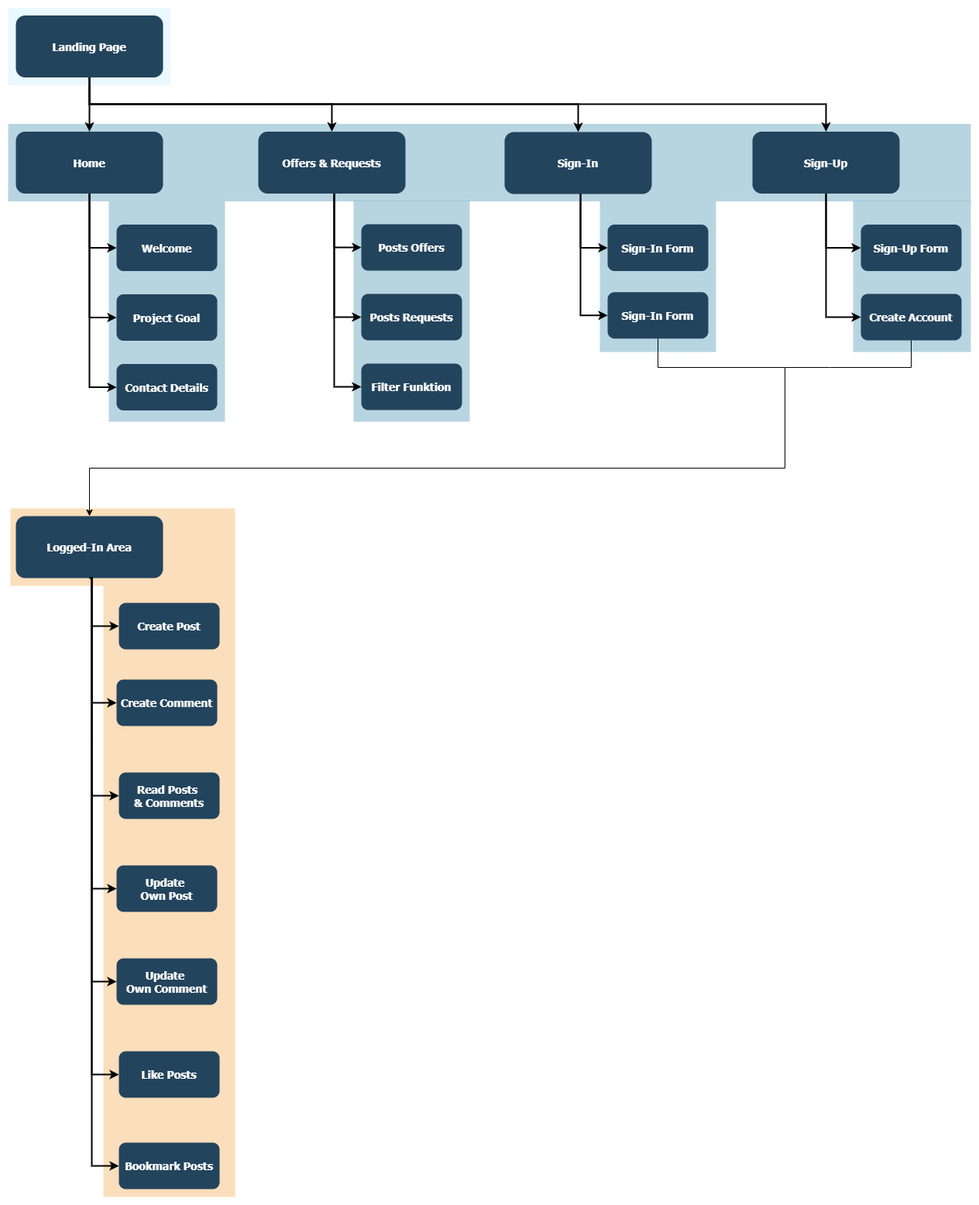
The draw.io diagram documentation/layout.png in g-omarsdottir/helping-hands-happy-hearts, before a commit. Source tidied: cells renumbered, new cells last; positions are measured from the earlier drawing's top-left corner, leaving out a move shared by most shapes.
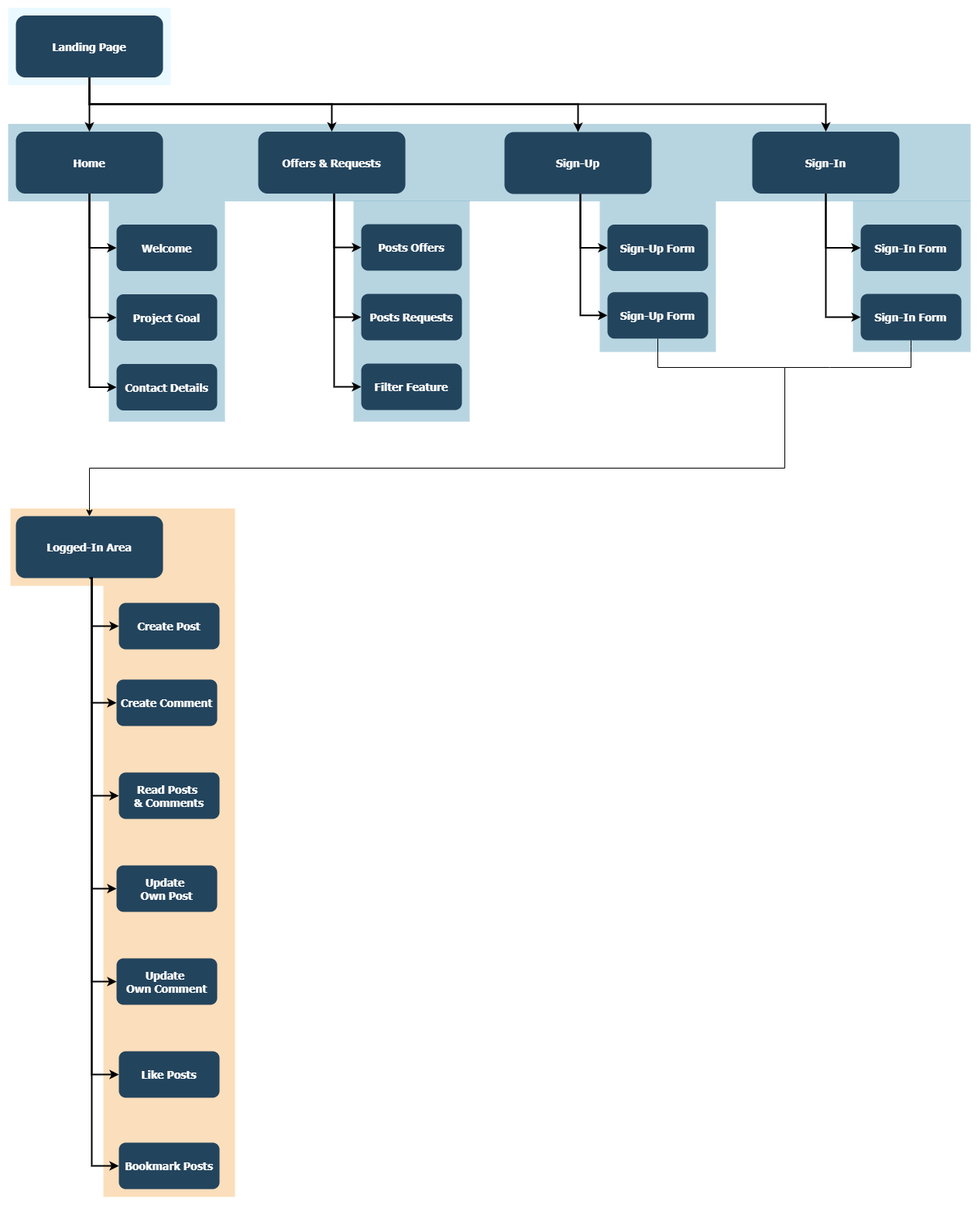
After the change.

Commit message:
Update ERD, layout flowchart and wireframes

The edit, as a diff of the source:
```diff
@@ -20,7 +20,7 @@
     <mxCell id="7" value="Landing Page" style="rounded=1;fillColor=#23445D;gradientColor=none;strokeColor=none;fontColor=#FFFFFF;fontStyle=1;fontFamily=Tahoma;fontSize=14;" parent="1" vertex="1">
       <mxGeometry x="10" y="9.5" width="190" height="80" as="geometry" />
     </mxCell>
-    <mxCell id="8" value="Sign-In" style="rounded=1;fillColor=#23445D;gradientColor=none;strokeColor=none;fontColor=#FFFFFF;fontStyle=1;fontFamily=Tahoma;fontSize=14;" parent="1" vertex="1">
+    <mxCell id="8" value="Sign-Up" style="rounded=1;fillColor=#23445D;gradientColor=none;strokeColor=none;fontColor=#FFFFFF;fontStyle=1;fontFamily=Tahoma;fontSize=14;" parent="1" vertex="1">
       <mxGeometry x="641" y="160" width="190" height="80" as="geometry" />
     </mxCell>
     <mxCell id="9" style="edgeStyle=elbowEdgeStyle;elbow=vertical;strokeWidth=2;rounded=0;" parent="1" edge="1" source="7" target="8">
@@ -77,7 +77,7 @@
     <mxCell id="22" value="Posts Requests" style="rounded=1;fillColor=#23445D;gradientColor=none;strokeColor=none;fontColor=#FFFFFF;fontStyle=1;fontFamily=Tahoma;fontSize=14;" parent="1" vertex="1">
       <mxGeometry x="456" y="369" width="130" height="60" as="geometry" />
     </mxCell>
-    <mxCell id="23" value="Filter Funktion" style="rounded=1;fillColor=#23445D;gradientColor=none;strokeColor=none;fontColor=#FFFFFF;fontStyle=1;fontFamily=Tahoma;fontSize=14;" parent="1" vertex="1">
+    <mxCell id="23" value="Filter Feature" style="rounded=1;fillColor=#23445D;gradientColor=none;strokeColor=none;fontColor=#FFFFFF;fontStyle=1;fontFamily=Tahoma;fontSize=14;" parent="1" vertex="1">
       <mxGeometry x="456" y="459" width="130" height="60" as="geometry" />
     </mxCell>
     <mxCell id="24" style="edgeStyle=elbowEdgeStyle;elbow=horizontal;strokeWidth=2;rounded=0;" parent="1" edge="1" target="21">
@@ -107,7 +107,7 @@
     <mxCell id="27" style="fillColor=#10739E;strokeColor=none;opacity=30;" parent="1" vertex="1">
       <mxGeometry x="764" y="249.5" width="150" height="194.5" as="geometry" />
     </mxCell>
-    <mxCell id="28" value="Sign-In Form" style="rounded=1;fillColor=#23445D;gradientColor=none;strokeColor=none;fontColor=#FFFFFF;fontStyle=1;fontFamily=Tahoma;fontSize=14;" parent="1" vertex="1">
+    <mxCell id="28" value="Sign-Up Form" style="rounded=1;fillColor=#23445D;gradientColor=none;strokeColor=none;fontColor=#FFFFFF;fontStyle=1;fontFamily=Tahoma;fontSize=14;" parent="1" vertex="1">
       <mxGeometry x="774" y="279.5" width="130" height="60" as="geometry" />
     </mxCell>
     <mxCell id="29" style="edgeStyle=orthogonalEdgeStyle;rounded=0;jettySize=auto;html=1;entryX=0.5;entryY=0;entryDx=0;entryDy=0;" parent="1" edge="1" source="30" target="35">
@@ -120,7 +120,7 @@
         </Array>
       </mxGeometry>
     </mxCell>
-    <mxCell id="30" value="Sign-In Form" style="rounded=1;fillColor=#23445D;gradientColor=none;strokeColor=none;fontColor=#FFFFFF;fontStyle=1;fontFamily=Tahoma;fontSize=14;" parent="1" vertex="1">
+    <mxCell id="30" value="Sign-Up Form" style="rounded=1;fillColor=#23445D;gradientColor=none;strokeColor=none;fontColor=#FFFFFF;fontStyle=1;fontFamily=Tahoma;fontSize=14;" parent="1" vertex="1">
       <mxGeometry x="774" y="366.8" width="130" height="60" as="geometry" />
     </mxCell>
     <mxCell id="31" style="edgeStyle=elbowEdgeStyle;elbow=horizontal;strokeWidth=2;rounded=0;" parent="1" edge="1" target="28">
@@ -139,7 +139,7 @@
         </Array>
       </mxGeometry>
     </mxCell>
-    <mxCell id="33" value="Sign-Up Form" style="rounded=1;fillColor=#23445D;gradientColor=none;strokeColor=none;fontColor=#FFFFFF;fontStyle=1;fontFamily=Tahoma;fontSize=14;" parent="1" vertex="1">
+    <mxCell id="33" value="Sign-In Form" style="rounded=1;fillColor=#23445D;gradientColor=none;strokeColor=none;fontColor=#FFFFFF;fontStyle=1;fontFamily=Tahoma;fontSize=14;" parent="1" vertex="1">
       <mxGeometry x="1101" y="279.5" width="130" height="60" as="geometry" />
     </mxCell>
     <mxCell id="34" style="fillColor=#F2931E;strokeColor=none;opacity=30;" parent="1" vertex="1">
@@ -213,10 +213,10 @@
         </Array>
       </mxGeometry>
     </mxCell>
-    <mxCell id="48" value="Sign-Up" style="rounded=1;fillColor=#23445D;gradientColor=none;strokeColor=none;fontColor=#FFFFFF;fontStyle=1;fontFamily=Tahoma;fontSize=14;" parent="1" vertex="1">
+    <mxCell id="48" value="Sign-In" style="rounded=1;fillColor=#23445D;gradientColor=none;strokeColor=none;fontColor=#FFFFFF;fontStyle=1;fontFamily=Tahoma;fontSize=14;" parent="1" vertex="1">
       <mxGeometry x="961" y="159.5" width="190" height="80" as="geometry" />
     </mxCell>
-    <mxCell id="49" value="Create Account" style="rounded=1;fillColor=#23445D;gradientColor=none;strokeColor=none;fontColor=#FFFFFF;fontStyle=1;fontFamily=Tahoma;fontSize=14;" parent="1" vertex="1">
+    <mxCell id="49" value="Sign-In Form" style="rounded=1;fillColor=#23445D;gradientColor=none;strokeColor=none;fontColor=#FFFFFF;fontStyle=1;fontFamily=Tahoma;fontSize=14;" parent="1" vertex="1">
       <mxGeometry x="1101" y="369" width="130" height="60" as="geometry" />
     </mxCell>
     <mxCell id="50" style="endArrow=none;html=1;rounded=0;fontSize=12;startSize=8;endSize=8;curved=0;entryX=0.5;entryY=1;entryDx=0;entryDy=0;" parent="1" edge="1" target="49">
```
